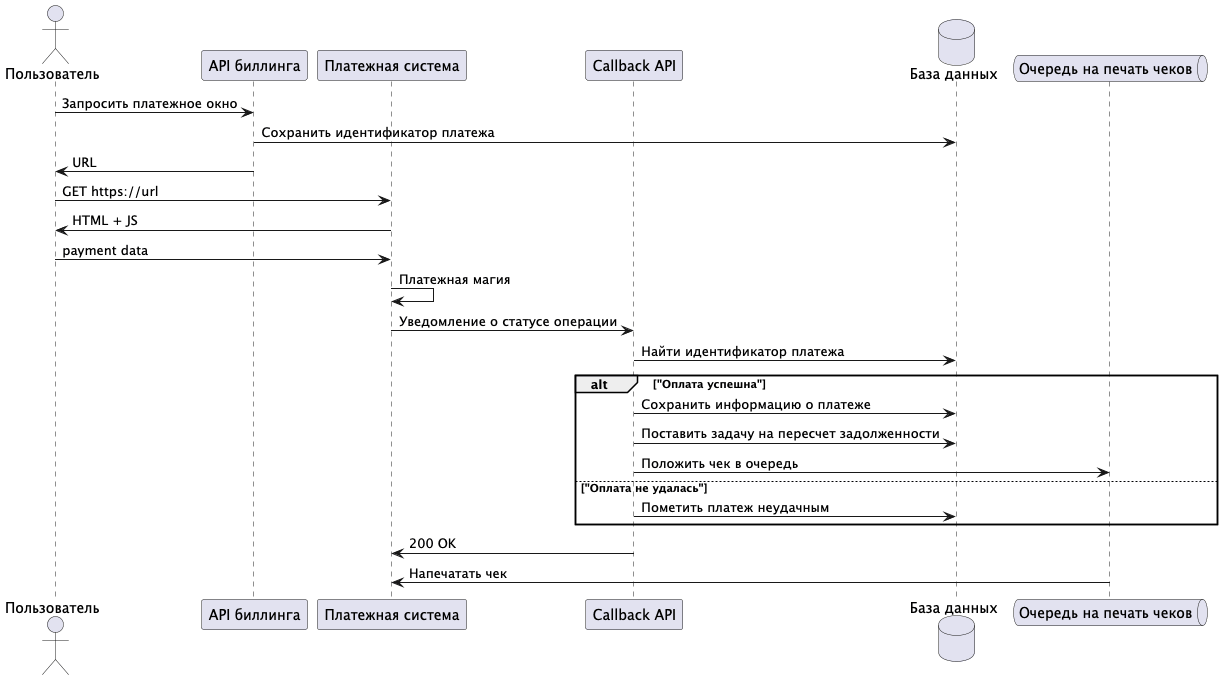
The PlantUML diagram img/sequence_payment_callback.png in Ivan-Artamonov/architecture-warmhouse, before a commit. The source it was exported from:
```plantuml
@startuml
actor "Пользователь" as user
participant "API биллинга" as billing
participant "Платежная система" as bank
participant "Callback API" as api
database "База данных" as db
queue "Очередь на печать чеков" as receipts


user -> billing: Запросить платежное окно
billing -> db: Сохранить идентификатор платежа
billing -> user: URL
user -> bank: GET https://url
bank -> user: HTML + JS
user -> bank: payment data
bank -> bank: Платежная магия

bank -> api: Уведомление о статусе операции
    api -> db: Найти идентификатор платежа
alt "Оплата успешна"
    api -> db: Сохранить информацию о платеже
    api -> db: Поставить задачу на пересчет задолженности
    api -> receipts: Положить чек в очередь

else "Оплата не удалась"
    api -> db: Пометить платеж неудачным
end

api -> bank: 200 OK

receipts -> bank: Напечатать чек

@enduml
```
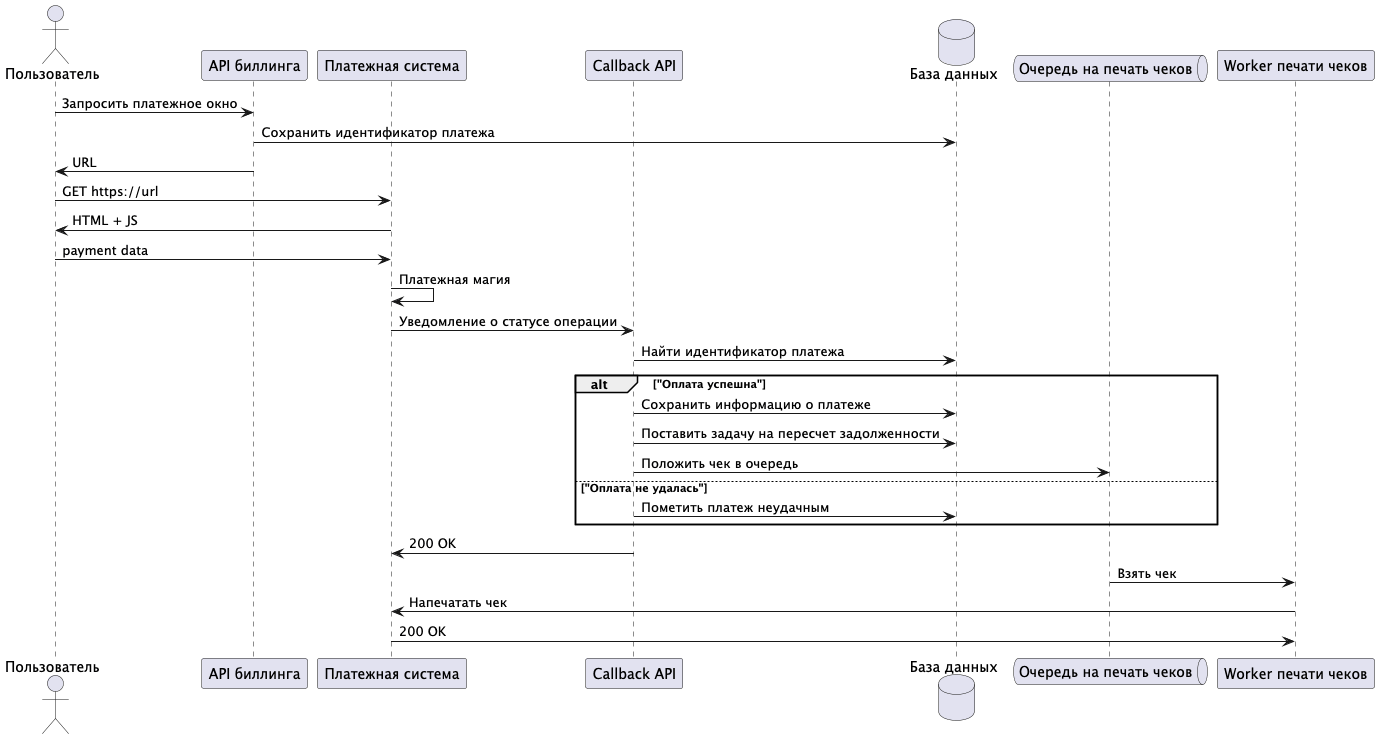
Above is the later version.

Commit message:
Add async yaml

Change to the diagram source:
```diff
@@ -5,6 +5,7 @@
 participant "Callback API" as api
 database "База данных" as db
 queue "Очередь на печать чеков" as receipts
+participant "Worker печати чеков" as rWorker
 
 
 user -> billing: Запросить платежное окно
@@ -28,6 +29,8 @@
 
 api -> bank: 200 OK
 
-receipts -> bank: Напечатать чек
+receipts -> rWorker: Взять чек
+rWorker -> bank: Напечатать чек
+bank -> rWorker: 200 OK
 
 @enduml
```
